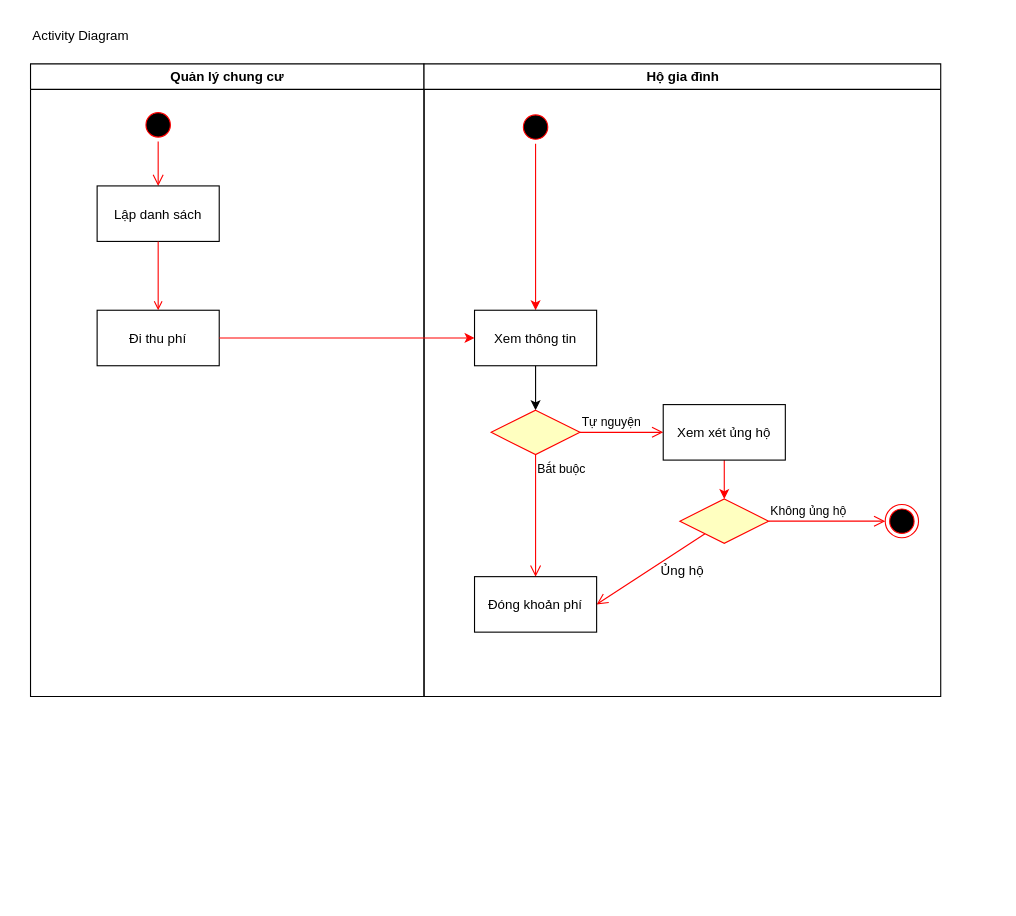
Earlier version of the draw.io diagram Activity Diagram.drawio (HARKINGS/UML). Source tidied: cells renumbered, new cells numbered last; positions are measured from the earlier drawing's top-left corner, leaving out a move shared by most shapes. Both pictures are drawn from the tidied source at 111%, with x=0, y=0 at pixel (19, 19).
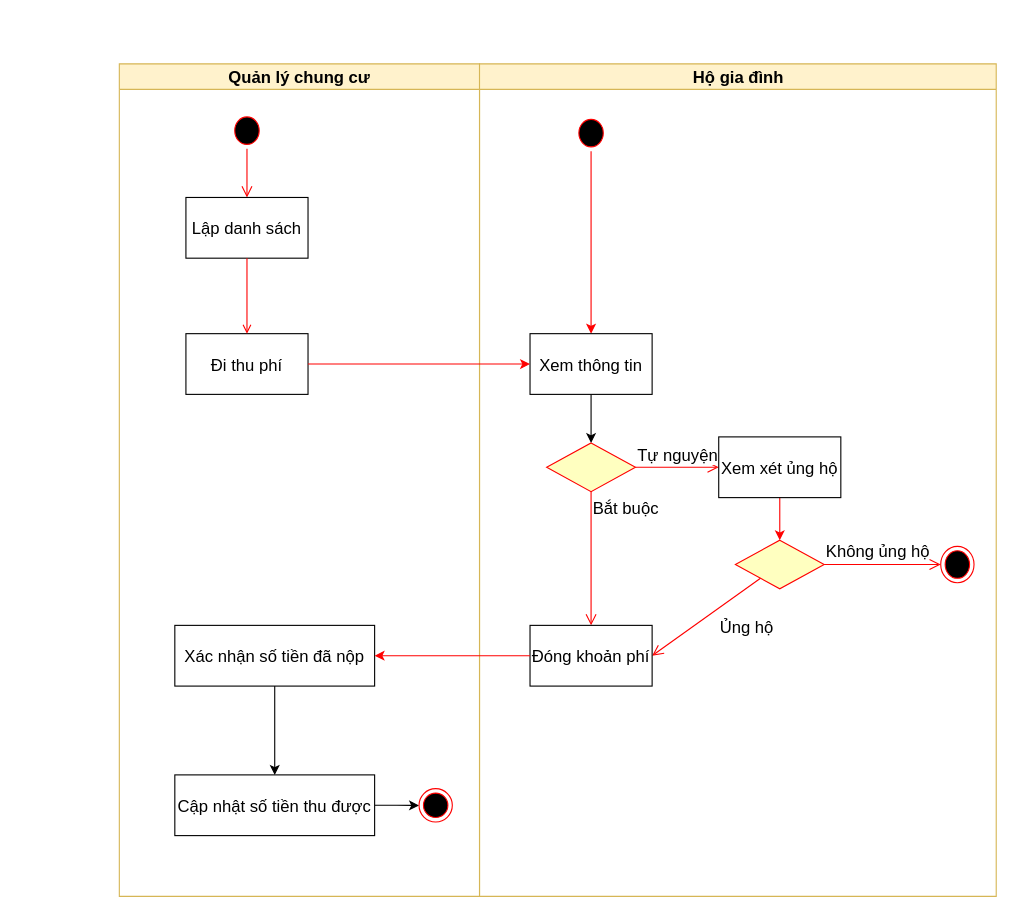
Above is the later version.

Commit message:
Cập nhật Activity Diagram.drawio

Change to the diagram source:
```diff
@@
-    <mxCell id="2" value="Quản lý chung cư" style="swimlane;whiteSpace=wrap;" parent="1" vertex="1">
-      <mxGeometry x="10" y="40" width="354.5" height="570" as="geometry" />
+    <mxCell id="2" value="Quản lý chung cư" style="swimlane;whiteSpace=wrap;fillColor=#fff2cc;strokeColor=#d6b656;fontSize=15;" parent="1" vertex="1">
+      <mxGeometry x="90" y="40" width="324.5" height="750" as="geometry" />
     </mxCell>
-    <mxCell id="3" style="ellipse;shape=startState;fillColor=#000000;strokeColor=#ff0000;" parent="2" vertex="1">
-      <mxGeometry x="100" y="40" width="30" height="30" as="geometry" />
+    <mxCell id="3" style="ellipse;shape=startState;fillColor=#000000;strokeColor=#ff0000;fontSize=15;" parent="2" vertex="1">
+      <mxGeometry x="100" y="43.8" width="30" height="32.8" as="geometry" />
     </mxCell>
-    <mxCell id="4" style="edgeStyle=elbowEdgeStyle;elbow=horizontal;verticalAlign=bottom;endArrow=open;endSize=8;strokeColor=#FF0000;endFill=1;rounded=0;" parent="2" edge="1" source="3" target="5">
-      <mxGeometry x="100" y="40" as="geometry" />
+    <mxCell id="4" style="edgeStyle=elbowEdgeStyle;elbow=horizontal;verticalAlign=bottom;endArrow=open;endSize=8;strokeColor=#FF0000;endFill=1;rounded=0;fontSize=15;" parent="2" edge="1" source="3" target="5">
+      <mxGeometry x="100" y="43.8" as="geometry" />
     </mxCell>
-    <mxCell id="5" value="Lập danh sách" parent="2" vertex="1">
-      <mxGeometry x="60" y="110" width="110" height="50" as="geometry" />
+    <mxCell id="5" value="Lập danh sách" style="fontSize=15;" parent="2" vertex="1">
+      <mxGeometry x="60" y="120.4" width="110" height="54.7" as="geometry" />
     </mxCell>
-    <mxCell id="6" value="Đi thu phí" parent="2" vertex="1">
-      <mxGeometry x="60" y="222" width="110" height="50" as="geometry" />
+    <mxCell id="6" value="Đi thu phí" style="fontSize=15;" parent="2" vertex="1">
+      <mxGeometry x="60" y="243.1" width="110" height="54.7" as="geometry" />
     </mxCell>
-    <mxCell id="7" style="endArrow=open;strokeColor=#FF0000;endFill=1;rounded=0;" parent="2" edge="1" source="5" target="6">
+    <mxCell id="7" style="endArrow=open;strokeColor=#FF0000;endFill=1;rounded=0;fontSize=15;" parent="2" edge="1" source="5" target="6">
       <mxGeometry relative="1" as="geometry" />
     </mxCell>
+    <mxCell id="26" style="edgeStyle=orthogonalEdgeStyle;rounded=0;jettySize=auto;html=1;fontSize=15;" parent="2" edge="1" source="27" target="29">
+      <mxGeometry relative="1" as="geometry" />
+    </mxCell>
+    <mxCell id="27" value="Xác nhận số tiền đã nộp" style="fontSize=15;" parent="2" vertex="1">
+      <mxGeometry x="50" y="505.9" width="180" height="54.7" as="geometry" />
+    </mxCell>
+    <mxCell id="28" style="edgeStyle=orthogonalEdgeStyle;rounded=0;jettySize=auto;html=1;fontSize=15;" parent="2" edge="1" source="29">
+      <mxGeometry relative="1" as="geometry">
+        <mxPoint x="270" y="668.1" as="targetPoint" />
+      </mxGeometry>
+    </mxCell>
+    <mxCell id="29" value="Cập nhật số tiền thu được" style="fontSize=15;" parent="2" vertex="1">
+      <mxGeometry x="50" y="640.6" width="180" height="54.7" as="geometry" />
+    </mxCell>
+    <mxCell id="30" style="ellipse;html=1;shape=endState;fillColor=#000000;strokeColor=#ff0000;fontSize=15;" parent="2" vertex="1">
+      <mxGeometry x="270" y="653" width="30" height="30" as="geometry" />
+    </mxCell>
-    <mxCell id="8" value="Hộ gia đình" style="swimlane;whiteSpace=wrap;" parent="1" vertex="1">
-      <mxGeometry x="364.5" y="40" width="465.5" height="570" as="geometry" />
+    <mxCell id="8" value="Hộ gia đình" style="swimlane;whiteSpace=wrap;fillColor=#fff2cc;strokeColor=#d6b656;fontSize=15;" parent="1" vertex="1">
+      <mxGeometry x="414.5" y="40" width="465.5" height="750" as="geometry" />
     </mxCell>
-    <mxCell id="9" style="edgeStyle=orthogonalEdgeStyle;rounded=0;jettySize=auto;html=1;entryX=0.5;entryY=0;entryDx=0;entryDy=0;strokeColor=#ff0000;" parent="8" edge="1" source="10" target="12">
+    <mxCell id="9" style="edgeStyle=orthogonalEdgeStyle;rounded=0;jettySize=auto;html=1;entryX=0.5;entryY=0;entryDx=0;entryDy=0;strokeColor=#ff0000;fontSize=15;" parent="8" edge="1" source="10" target="12">
       <mxGeometry relative="1" as="geometry" />
     </mxCell>
-    <mxCell id="10" style="ellipse;shape=startState;fillColor=#000000;strokeColor=#ff0000;" parent="8" vertex="1">
-      <mxGeometry x="85.5" y="42" width="30" height="30" as="geometry" />
+    <mxCell id="10" style="ellipse;shape=startState;fillColor=#000000;strokeColor=#ff0000;fontSize=15;" parent="8" vertex="1">
+      <mxGeometry x="85.5" y="46" width="30" height="32.8" as="geometry" />
     </mxCell>
-    <mxCell id="11" style="rounded=0;jettySize=auto;html=1;entryX=0.5;entryY=0;entryDx=0;entryDy=0;" parent="8" edge="1" source="12" target="13">
+    <mxCell id="11" style="rounded=0;jettySize=auto;html=1;entryX=0.5;entryY=0;entryDx=0;entryDy=0;fontSize=15;" parent="8" edge="1" source="12" target="13">
       <mxGeometry relative="1" as="geometry" />
     </mxCell>
-    <mxCell id="12" value="Xem thông tin" parent="8" vertex="1">
-      <mxGeometry x="45.5" y="222" width="110" height="50" as="geometry" />
+    <mxCell id="12" value="Xem thông tin" style="fontSize=15;" parent="8" vertex="1">
+      <mxGeometry x="45.5" y="243.1" width="110" height="54.7" as="geometry" />
     </mxCell>
-    <mxCell id="13" style="rhombus;whiteSpace=wrap;html=1;fontColor=#000000;fillColor=#ffffc0;strokeColor=#ff0000;" parent="8" vertex="1">
-      <mxGeometry x="60.5" y="312" width="80" height="40" as="geometry" />
+    <mxCell id="13" style="rhombus;whiteSpace=wrap;html=1;fontColor=#000000;fillColor=#ffffc0;strokeColor=#ff0000;fontSize=15;" parent="8" vertex="1">
+      <mxGeometry x="60.5" y="341.6" width="80" height="43.8" as="geometry" />
     </mxCell>
-    <mxCell id="14" value="Tự nguyện&amp;nbsp;" style="edgeStyle=orthogonalEdgeStyle;html=1;align=left;verticalAlign=bottom;endArrow=open;endSize=8;strokeColor=#ff0000;rounded=0;" parent="8" edge="1" source="13">
+    <mxCell id="14" value="Tự nguyện&amp;nbsp;" style="edgeStyle=orthogonalEdgeStyle;html=1;align=left;verticalAlign=bottom;endArrow=open;endSize=8;strokeColor=#ff0000;rounded=0;fontSize=15;" parent="8" edge="1" source="13">
       <mxGeometry x="-1" relative="1" as="geometry">
-        <mxPoint x="215.5" y="332" as="targetPoint" />
+        <mxPoint x="215.5" y="363.5" as="targetPoint" />
       </mxGeometry>
     </mxCell>
-    <mxCell id="15" value="Bắt buộc" style="html=1;align=left;verticalAlign=top;endArrow=open;endSize=8;strokeColor=#ff0000;rounded=0;entryX=0.5;entryY=0;entryDx=0;entryDy=0;" parent="8" edge="1" source="13" target="22">
+    <mxCell id="15" value="Bắt buộc" style="html=1;align=left;verticalAlign=top;endArrow=open;endSize=8;strokeColor=#ff0000;rounded=0;entryX=0.5;entryY=0;entryDx=0;entryDy=0;fontSize=15;" parent="8" edge="1" source="13" target="22">
       <mxGeometry x="-1" relative="1" as="geometry" />
     </mxCell>
-    <mxCell id="16" style="rounded=0;jettySize=auto;html=1;exitX=0.5;exitY=1;exitDx=0;exitDy=0;entryX=0.5;entryY=0;entryDx=0;entryDy=0;strokeColor=#ff0000;" parent="8" edge="1" source="17" target="18">
+    <mxCell id="16" style="rounded=0;jettySize=auto;html=1;exitX=0.5;exitY=1;exitDx=0;exitDy=0;entryX=0.5;entryY=0;entryDx=0;entryDy=0;strokeColor=#ff0000;fontSize=15;" parent="8" edge="1" source="17" target="18">
       <mxGeometry relative="1" as="geometry" />
     </mxCell>
-    <mxCell id="17" value="Xem xét ủng hộ" parent="8" vertex="1">
-      <mxGeometry x="215.5" y="307" width="110" height="50" as="geometry" />
+    <mxCell id="17" value="Xem xét ủng hộ" style="fontSize=15;" parent="8" vertex="1">
+      <mxGeometry x="215.5" y="336.1" width="110" height="54.7" as="geometry" />
     </mxCell>
-    <mxCell id="18" style="rhombus;whiteSpace=wrap;html=1;fontColor=#000000;fillColor=#ffffc0;strokeColor=#ff0000;" parent="8" vertex="1">
-      <mxGeometry x="230.5" y="392" width="80" height="40" as="geometry" />
+    <mxCell id="18" style="rhombus;whiteSpace=wrap;html=1;fontColor=#000000;fillColor=#ffffc0;strokeColor=#ff0000;fontSize=15;" parent="8" vertex="1">
+      <mxGeometry x="230.5" y="429.2" width="80" height="43.8" as="geometry" />
     </mxCell>
-    <mxCell id="19" value="Không ủng hộ" style="edgeStyle=orthogonalEdgeStyle;html=1;align=left;verticalAlign=bottom;endArrow=open;endSize=8;strokeColor=#ff0000;rounded=0;" parent="8" edge="1" source="18">
+    <mxCell id="19" value="Không ủng hộ" style="edgeStyle=orthogonalEdgeStyle;html=1;align=left;verticalAlign=bottom;endArrow=open;endSize=8;strokeColor=#ff0000;rounded=0;fontSize=15;" parent="8" edge="1" source="18">
       <mxGeometry x="-1" relative="1" as="geometry">
-        <mxPoint x="415.5" y="412" as="targetPoint" />
+        <mxPoint x="415.5" y="451.1" as="targetPoint" />
       </mxGeometry>
     </mxCell>
-    <mxCell id="20" style="html=1;align=left;verticalAlign=top;endArrow=open;endSize=8;strokeColor=#ff0000;rounded=0;entryX=1;entryY=0.5;entryDx=0;entryDy=0;" parent="8" edge="1" source="18" target="22">
+    <mxCell id="20" style="html=1;align=left;verticalAlign=top;endArrow=open;endSize=8;strokeColor=#ff0000;rounded=0;entryX=1;entryY=0.5;entryDx=0;entryDy=0;fontSize=15;" parent="8" edge="1" source="18" target="22">
       <mxGeometry x="-1" relative="1" as="geometry" />
     </mxCell>
-    <mxCell id="21" style="ellipse;html=1;shape=endState;fillColor=#000000;strokeColor=#ff0000;" parent="8" vertex="1">
-      <mxGeometry x="415.5" y="397" width="30" height="30" as="geometry" />
+    <mxCell id="21" style="ellipse;html=1;shape=endState;fillColor=#000000;strokeColor=#ff0000;fontSize=15;" parent="8" vertex="1">
+      <mxGeometry x="415.5" y="434.7" width="30" height="32.8" as="geometry" />
     </mxCell>
-    <mxCell id="22" value="Đóng khoản phí" parent="8" vertex="1">
-      <mxGeometry x="45.5" y="462" width="110" height="50" as="geometry" />
+    <mxCell id="22" value="Đóng khoản phí" style="fontSize=15;" parent="8" vertex="1">
+      <mxGeometry x="45.5" y="505.9" width="110" height="54.7" as="geometry" />
     </mxCell>
-    <mxCell id="23" value="Ủng hộ" style="text;html=1;align=center;verticalAlign=middle;strokeColor=none;fillColor=none;" parent="8" vertex="1">
-      <mxGeometry x="202.8" y="442" width="60" height="30" as="geometry" />
+    <mxCell id="23" value="Ủng hộ" style="text;html=1;align=center;verticalAlign=middle;strokeColor=none;fillColor=none;fontSize=15;" parent="8" vertex="1">
+      <mxGeometry x="205.5" y="492" width="70" height="30" as="geometry" />
     </mxCell>
-    <mxCell id="24" value="Activity Diagram" style="text;html=1;align=center;verticalAlign=middle;strokeColor=none;fillColor=none;" parent="1" vertex="1">
-      <mxGeometry width="110" height="30" as="geometry" />
-    </mxCell>
-    <mxCell id="25" style="rounded=0;jettySize=auto;html=1;entryX=0;entryY=0.5;entryDx=0;entryDy=0;fillColor=#f8cecc;strokeColor=#ff0000;" parent="1" edge="1" source="6" target="12">
+    <mxCell id="25" style="rounded=0;jettySize=auto;html=1;entryX=0;entryY=0.5;entryDx=0;entryDy=0;fillColor=#f8cecc;strokeColor=#ff0000;fontSize=15;" parent="1" edge="1" source="6" target="12">
       <mxGeometry relative="1" as="geometry" />
     </mxCell>
+    <mxCell id="31" style="rounded=0;jettySize=auto;html=1;exitX=0;exitY=0.5;exitDx=0;exitDy=0;entryX=1;entryY=0.5;entryDx=0;entryDy=0;strokeColor=#ff0000;fontSize=15;" parent="1" edge="1" source="22" target="27">
+      <mxGeometry relative="1" as="geometry" />
+    </mxCell>
```
